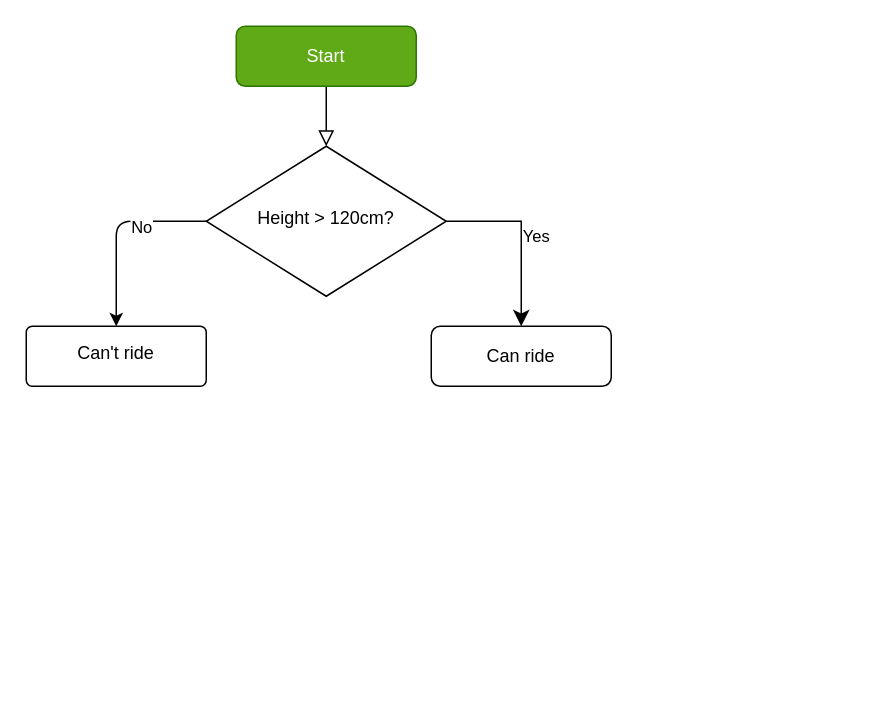
The draw.io diagram Day_3/Day-3-1-Rollercoaster/Rollercoaster_Flow.drawio in victorladeia/100_days_of_code_bootcamp, before the edit. Source tidied: cells renumbered, new cells numbered last; positions are measured from the earlier drawing's top-left corner, leaving out a move shared by most shapes. Both pictures are drawn from the tidied source at 150%, with x=0, y=0 at pixel (26, 26).
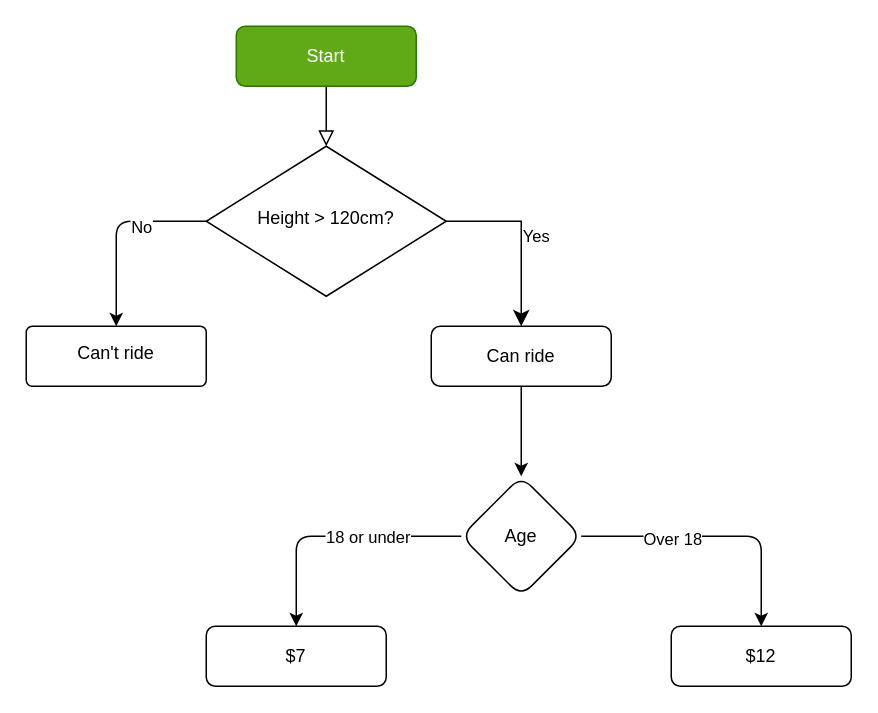
After the change.

The change refers to these unchanged cells:
```xml
<mxCell id="8" value="Can ride" style="rounded=1;whiteSpace=wrap;html=1;fontSize=12;glass=0;strokeWidth=1;shadow=0;" parent="1" vertex="1">
  <mxGeometry x="270" y="200" width="120" height="40" as="geometry" />
</mxCell>
```

Diff of the diagram source:
```diff
@@
+    <mxCell id="10" style="edgeStyle=none;html=1;" parent="1" edge="1" source="8" target="15">
+      <mxGeometry relative="1" as="geometry" />
+    </mxCell>
@@
+    <mxCell id="11" style="edgeStyle=none;html=1;" parent="1" edge="1" source="15" target="16">
+      <mxGeometry relative="1" as="geometry">
+        <Array as="points">
+          <mxPoint x="490" y="340" />
+        </Array>
+      </mxGeometry>
+    </mxCell>
+    <mxCell id="12" value="Over 18" style="edgeLabel;html=1;align=center;verticalAlign=middle;" parent="11" vertex="1">
+      <mxGeometry x="-0.33" y="-1" relative="1" as="geometry" />
+    </mxCell>
+    <mxCell id="13" style="edgeStyle=none;html=1;" parent="1" edge="1" source="15" target="17">
+      <mxGeometry relative="1" as="geometry">
+        <Array as="points">
+          <mxPoint x="180" y="340" />
+        </Array>
+      </mxGeometry>
+    </mxCell>
+    <mxCell id="14" value="18 or under" style="edgeLabel;html=1;align=center;verticalAlign=middle;" parent="13" vertex="1">
+      <mxGeometry x="-0.26" relative="1" as="geometry" />
+    </mxCell>
+    <mxCell id="15" value="Age" style="rhombus;whiteSpace=wrap;html=1;rounded=1;glass=0;strokeWidth=1;shadow=0;" parent="1" vertex="1">
+      <mxGeometry x="290" y="300" width="80" height="80" as="geometry" />
+    </mxCell>
+    <mxCell id="16" value="$12" style="whiteSpace=wrap;html=1;rounded=1;glass=0;strokeWidth=1;shadow=0;" parent="1" vertex="1">
+      <mxGeometry x="430" y="400" width="120" height="40" as="geometry" />
+    </mxCell>
+    <mxCell id="17" value="$7" style="whiteSpace=wrap;html=1;rounded=1;glass=0;strokeWidth=1;shadow=0;" parent="1" vertex="1">
+      <mxGeometry x="120" y="400" width="120" height="40" as="geometry" />
+    </mxCell>
```
